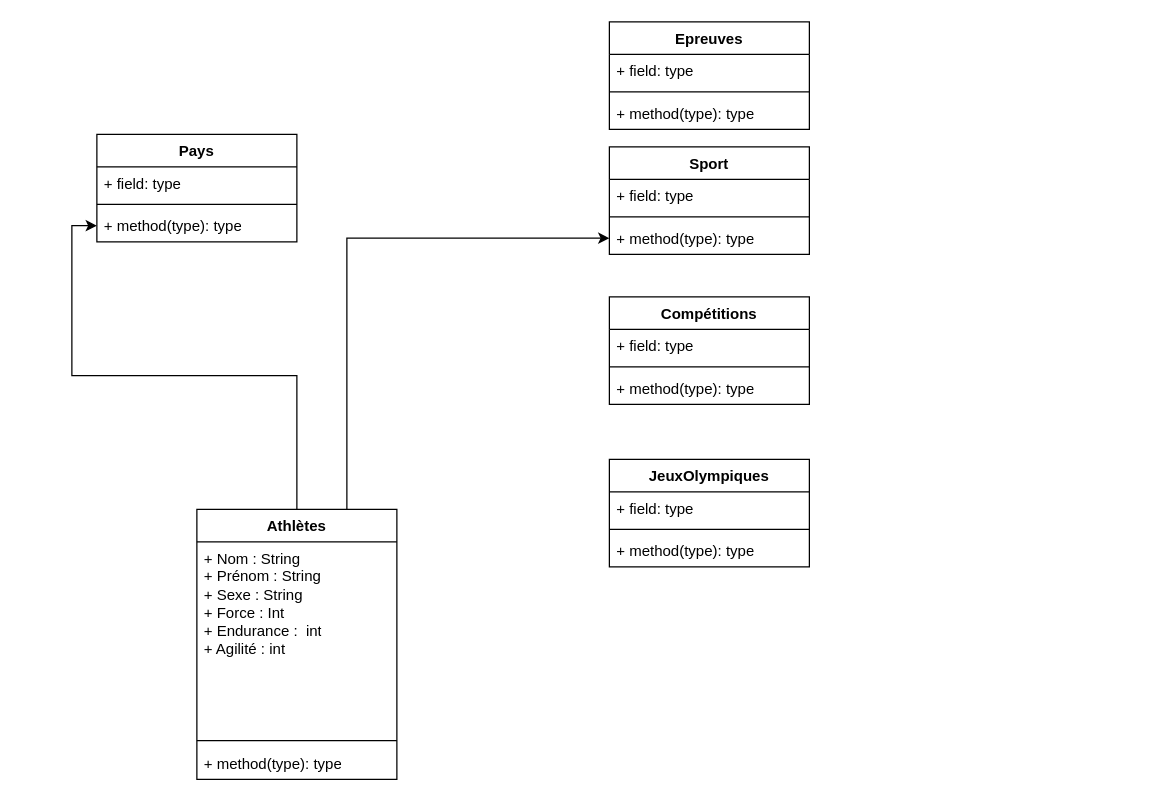
alexisnisol/JeuxOlympiques keeps this draw.io diagram as Diagramme sans nom.drawio. Above is the earlier version. Source tidied: cells renumbered, new cells numbered last; positions are measured from the earlier drawing's top-left corner, leaving out a move shared by most shapes. Both pictures are drawn from the tidied source at 125%, with x=0, y=0 at pixel (96, 21).
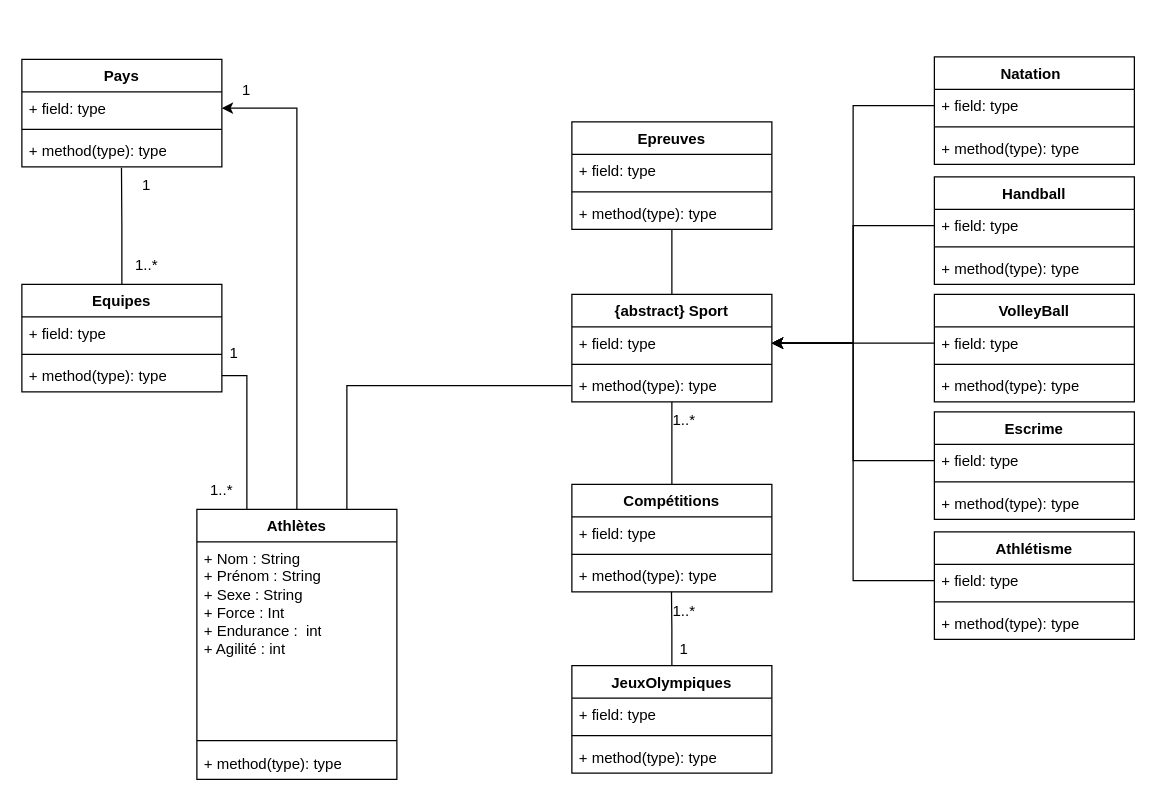
The same page after the edit.

Commit message (it also covers changes not shown here):
Mettre à jour Diagramme sans nom.drawio

Unchanged cells that the change refers to:
```xml
<mxCell id="3" value="+ field: type" style="text;strokeColor=none;fillColor=none;align=left;verticalAlign=top;spacingLeft=4;spacingRight=4;overflow=hidden;points=[[0,0.5],[1,0.5]];portConstraint=eastwest;whiteSpace=wrap;html=1;" parent="2" vertex="1">
  <mxGeometry y="26" width="160" height="26" as="geometry" />
</mxCell>
<mxCell id="5" value="+ method(type): type" style="text;strokeColor=none;fillColor=none;align=left;verticalAlign=top;spacingLeft=4;spacingRight=4;overflow=hidden;points=[[0,0.5],[1,0.5]];portConstraint=eastwest;whiteSpace=wrap;html=1;" parent="2" vertex="1">
  <mxGeometry y="60" width="160" height="26" as="geometry" />
</mxCell>
<mxCell id="7" value="+ field: type" style="text;strokeColor=none;fillColor=none;align=left;verticalAlign=top;spacingLeft=4;spacingRight=4;overflow=hidden;points=[[0,0.5],[1,0.5]];portConstraint=eastwest;whiteSpace=wrap;html=1;" parent="6" vertex="1">
  <mxGeometry y="26" width="160" height="26" as="geometry" />
</mxCell>
<mxCell id="9" value="+ method(type): type" style="text;strokeColor=none;fillColor=none;align=left;verticalAlign=top;spacingLeft=4;spacingRight=4;overflow=hidden;points=[[0,0.5],[1,0.5]];portConstraint=eastwest;whiteSpace=wrap;html=1;" parent="6" vertex="1">
  <mxGeometry y="60" width="160" height="26" as="geometry" />
</mxCell>
<mxCell id="12" value="Athlètes" style="swimlane;fontStyle=1;align=center;verticalAlign=top;horizontal=1;startSize=26;whiteSpace=wrap;html=1;" parent="1" vertex="1">
  <mxGeometry x="80" y="390" width="160" height="216" as="geometry" />
</mxCell>
<mxCell id="23" value="+ method(type): type" style="text;strokeColor=none;fillColor=none;align=left;verticalAlign=top;spacingLeft=4;spacingRight=4;overflow=hidden;points=[[0,0.5],[1,0.5]];portConstraint=eastwest;whiteSpace=wrap;html=1;" parent="20" vertex="1">
  <mxGeometry y="60" width="160" height="26" as="geometry" />
</mxCell>
<mxCell id="27" value="+ method(type): type" style="text;strokeColor=none;fillColor=none;align=left;verticalAlign=top;spacingLeft=4;spacingRight=4;overflow=hidden;points=[[0,0.5],[1,0.5]];portConstraint=eastwest;whiteSpace=wrap;html=1;" parent="24" vertex="1">
  <mxGeometry y="60" width="160" height="26" as="geometry" />
</mxCell>
```

The edit, as a diff of the source:
```diff
@@
+    <mxCell id="28" style="edgeStyle=orthogonalEdgeStyle;rounded=0;jettySize=auto;html=1;entryX=0.5;entryY=0;entryDx=0;entryDy=0;endArrow=none;endFill=0;" parent="1" edge="1" source="2" target="20">
+      <mxGeometry relative="1" as="geometry" />
+    </mxCell>
+    <mxCell id="29" style="edgeStyle=orthogonalEdgeStyle;rounded=0;jettySize=auto;html=1;endArrow=none;endFill=0;" parent="1" edge="1" source="2" target="27">
+      <mxGeometry relative="1" as="geometry">
+        <Array as="points">
+          <mxPoint x="460" y="190" />
+          <mxPoint x="460" y="190" />
+        </Array>
+      </mxGeometry>
+    </mxCell>
-    <mxCell id="2" value="Sport" style="swimlane;fontStyle=1;align=center;verticalAlign=top;horizontal=1;startSize=26;whiteSpace=wrap;html=1;" parent="1" vertex="1">
-      <mxGeometry x="410" y="100" width="160" height="86" as="geometry" />
+    <mxCell id="2" value="{abstract} Sport" style="swimlane;fontStyle=1;align=center;verticalAlign=top;horizontal=1;startSize=26;whiteSpace=wrap;html=1;" parent="1" vertex="1">
+      <mxGeometry x="380" y="218" width="160" height="86" as="geometry" />
     </mxCell>
@@
     <mxCell id="6" value="Pays" style="swimlane;fontStyle=1;align=center;verticalAlign=top;horizontal=1;startSize=26;whiteSpace=wrap;html=1;" parent="1" vertex="1">
-      <mxGeometry y="90" width="160" height="86" as="geometry" />
+      <mxGeometry x="-60" y="30" width="160" height="86" as="geometry" />
     </mxCell>
@@
-    <mxCell id="10" style="edgeStyle=orthogonalEdgeStyle;rounded=0;jettySize=auto;html=1;exitX=0.5;exitY=0;exitDx=0;exitDy=0;entryX=0;entryY=0.5;entryDx=0;entryDy=0;" parent="1" edge="1" source="12" target="9">
+    <mxCell id="10" style="edgeStyle=orthogonalEdgeStyle;rounded=0;jettySize=auto;html=1;exitX=0.5;exitY=0;exitDx=0;exitDy=0;entryX=0.498;entryY=1.027;entryDx=0;entryDy=0;entryPerimeter=0;endArrow=none;endFill=0;" parent="1" edge="1" source="32" target="9">
       <mxGeometry relative="1" as="geometry" />
     </mxCell>
-    <mxCell id="11" style="edgeStyle=orthogonalEdgeStyle;rounded=0;jettySize=auto;html=1;exitX=0.75;exitY=0;exitDx=0;exitDy=0;" parent="1" edge="1" source="12" target="5">
+    <mxCell id="11" style="edgeStyle=orthogonalEdgeStyle;rounded=0;jettySize=auto;html=1;exitX=0.75;exitY=0;exitDx=0;exitDy=0;endArrow=none;endFill=0;" parent="1" edge="1" source="12" target="5">
       <mxGeometry relative="1" as="geometry" />
     </mxCell>
+    <mxCell id="30" style="edgeStyle=orthogonalEdgeStyle;rounded=0;jettySize=auto;html=1;exitX=0.25;exitY=0;exitDx=0;exitDy=0;endArrow=none;endFill=0;" parent="1" edge="1" source="12" target="35">
+      <mxGeometry relative="1" as="geometry" />
+    </mxCell>
+    <mxCell id="31" style="edgeStyle=orthogonalEdgeStyle;rounded=0;jettySize=auto;html=1;entryX=1;entryY=0.5;entryDx=0;entryDy=0;" parent="1" edge="1" source="12" target="7">
+      <mxGeometry relative="1" as="geometry" />
+    </mxCell>
@@
     <mxCell id="16" value="JeuxOlympiques" style="swimlane;fontStyle=1;align=center;verticalAlign=top;horizontal=1;startSize=26;whiteSpace=wrap;html=1;" parent="1" vertex="1">
-      <mxGeometry x="410" y="350" width="160" height="86" as="geometry" />
+      <mxGeometry x="380" y="515" width="160" height="86" as="geometry" />
     </mxCell>
@@
     <mxCell id="20" value="Compétitions" style="swimlane;fontStyle=1;align=center;verticalAlign=top;horizontal=1;startSize=26;whiteSpace=wrap;html=1;" parent="1" vertex="1">
-      <mxGeometry x="410" y="220" width="160" height="86" as="geometry" />
+      <mxGeometry x="380" y="370" width="160" height="86" as="geometry" />
     </mxCell>
@@
     <mxCell id="24" value="Epreuves" style="swimlane;fontStyle=1;align=center;verticalAlign=top;horizontal=1;startSize=26;whiteSpace=wrap;html=1;" parent="1" vertex="1">
-      <mxGeometry x="410" width="160" height="86" as="geometry" />
+      <mxGeometry x="380" y="80" width="160" height="86" as="geometry" />
     </mxCell>
@@
+    <mxCell id="32" value="Equipes" style="swimlane;fontStyle=1;align=center;verticalAlign=top;horizontal=1;startSize=26;whiteSpace=wrap;html=1;" parent="1" vertex="1">
+      <mxGeometry x="-60" y="210" width="160" height="86" as="geometry" />
+    </mxCell>
+    <mxCell id="33" value="+ field: type" style="text;strokeColor=none;fillColor=none;align=left;verticalAlign=top;spacingLeft=4;spacingRight=4;overflow=hidden;whiteSpace=wrap;html=1;" parent="32" vertex="1">
+      <mxGeometry y="26" width="160" height="26" as="geometry" />
+    </mxCell>
+    <mxCell id="34" style="line;strokeWidth=1;fillColor=none;align=left;verticalAlign=middle;spacingTop=-1;spacingLeft=3;spacingRight=3;labelPosition=right;strokeColor=inherit;" parent="32" vertex="1">
+      <mxGeometry y="52" width="160" height="8" as="geometry" />
+    </mxCell>
+    <mxCell id="35" value="+ method(type): type" style="text;strokeColor=none;fillColor=none;align=left;verticalAlign=top;spacingLeft=4;spacingRight=4;overflow=hidden;points=[[0,0.5],[1,0.5]];portConstraint=eastwest;whiteSpace=wrap;html=1;" parent="32" vertex="1">
+      <mxGeometry y="60" width="160" height="26" as="geometry" />
+    </mxCell>
+    <mxCell id="36" style="edgeStyle=orthogonalEdgeStyle;rounded=0;jettySize=auto;html=1;exitX=0.5;exitY=0;exitDx=0;exitDy=0;entryX=0.498;entryY=0.993;entryDx=0;entryDy=0;entryPerimeter=0;endArrow=none;endFill=0;" parent="1" edge="1" source="16" target="23">
+      <mxGeometry relative="1" as="geometry" />
+    </mxCell>
+    <mxCell id="37" value="1..*" style="text;html=1;align=center;verticalAlign=middle;whiteSpace=wrap;rounded=0;" parent="1" vertex="1">
+      <mxGeometry x="10" y="180" width="60" height="30" as="geometry" />
+    </mxCell>
+    <mxCell id="38" value="1" style="text;html=1;align=center;verticalAlign=middle;whiteSpace=wrap;rounded=0;" parent="1" vertex="1">
+      <mxGeometry x="10" y="116" width="60" height="30" as="geometry" />
+    </mxCell>
+    <mxCell id="39" value="1..*" style="text;html=1;align=center;verticalAlign=middle;whiteSpace=wrap;rounded=0;" parent="1" vertex="1">
+      <mxGeometry x="70" y="360" width="60" height="30" as="geometry" />
+    </mxCell>
+    <mxCell id="40" value="1" style="text;html=1;align=center;verticalAlign=middle;whiteSpace=wrap;rounded=0;" parent="1" vertex="1">
+      <mxGeometry x="80" y="250" width="60" height="30" as="geometry" />
+    </mxCell>
+    <mxCell id="41" value="1" style="text;html=1;align=center;verticalAlign=middle;whiteSpace=wrap;rounded=0;" parent="1" vertex="1">
+      <mxGeometry x="90" y="40" width="60" height="30" as="geometry" />
+    </mxCell>
+    <mxCell id="42" value="Handball" style="swimlane;fontStyle=1;align=center;verticalAlign=top;horizontal=1;startSize=26;whiteSpace=wrap;html=1;" parent="1" vertex="1">
+      <mxGeometry x="670" y="124" width="160" height="86" as="geometry" />
+    </mxCell>
+    <mxCell id="43" value="+ field: type" style="text;strokeColor=none;fillColor=none;align=left;verticalAlign=top;spacingLeft=4;spacingRight=4;overflow=hidden;points=[[0,0.5],[1,0.5]];portConstraint=eastwest;whiteSpace=wrap;html=1;" parent="42" vertex="1">
+      <mxGeometry y="26" width="160" height="26" as="geometry" />
+    </mxCell>
+    <mxCell id="44" style="line;strokeWidth=1;fillColor=none;align=left;verticalAlign=middle;spacingTop=-1;spacingLeft=3;spacingRight=3;labelPosition=right;strokeColor=inherit;" parent="42" vertex="1">
+      <mxGeometry y="52" width="160" height="8" as="geometry" />
+    </mxCell>
+    <mxCell id="45" value="+ method(type): type" style="text;strokeColor=none;fillColor=none;align=left;verticalAlign=top;spacingLeft=4;spacingRight=4;overflow=hidden;whiteSpace=wrap;html=1;" parent="42" vertex="1">
+      <mxGeometry y="60" width="160" height="26" as="geometry" />
+    </mxCell>
+    <mxCell id="46" value="&lt;div&gt;VolleyBall&lt;/div&gt;" style="swimlane;fontStyle=1;align=center;verticalAlign=top;horizontal=1;startSize=26;whiteSpace=wrap;html=1;" parent="1" vertex="1">
+      <mxGeometry x="670" y="218" width="160" height="86" as="geometry" />
+    </mxCell>
+    <mxCell id="47" value="+ field: type" style="text;strokeColor=none;fillColor=none;align=left;verticalAlign=top;spacingLeft=4;spacingRight=4;overflow=hidden;points=[[0,0.5],[1,0.5]];portConstraint=eastwest;whiteSpace=wrap;html=1;" parent="46" vertex="1">
+      <mxGeometry y="26" width="160" height="26" as="geometry" />
+    </mxCell>
+    <mxCell id="48" style="line;strokeWidth=1;fillColor=none;align=left;verticalAlign=middle;spacingTop=-1;spacingLeft=3;spacingRight=3;labelPosition=right;strokeColor=inherit;" parent="46" vertex="1">
+      <mxGeometry y="52" width="160" height="8" as="geometry" />
+    </mxCell>
+    <mxCell id="49" value="+ method(type): type" style="text;strokeColor=none;fillColor=none;align=left;verticalAlign=top;spacingLeft=4;spacingRight=4;overflow=hidden;whiteSpace=wrap;html=1;" parent="46" vertex="1">
+      <mxGeometry y="60" width="160" height="26" as="geometry" />
+    </mxCell>
+    <mxCell id="50" value="Escrime" style="swimlane;fontStyle=1;align=center;verticalAlign=top;horizontal=1;startSize=26;whiteSpace=wrap;html=1;" parent="1" vertex="1">
+      <mxGeometry x="670" y="312" width="160" height="86" as="geometry" />
+    </mxCell>
+    <mxCell id="51" value="+ field: type" style="text;strokeColor=none;fillColor=none;align=left;verticalAlign=top;spacingLeft=4;spacingRight=4;overflow=hidden;points=[[0,0.5],[1,0.5]];portConstraint=eastwest;whiteSpace=wrap;html=1;" parent="50" vertex="1">
+      <mxGeometry y="26" width="160" height="26" as="geometry" />
+    </mxCell>
+    <mxCell id="52" style="line;strokeWidth=1;fillColor=none;align=left;verticalAlign=middle;spacingTop=-1;spacingLeft=3;spacingRight=3;labelPosition=right;strokeColor=inherit;" parent="50" vertex="1">
+      <mxGeometry y="52" width="160" height="8" as="geometry" />
+    </mxCell>
+    <mxCell id="53" value="+ method(type): type" style="text;strokeColor=none;fillColor=none;align=left;verticalAlign=top;spacingLeft=4;spacingRight=4;overflow=hidden;whiteSpace=wrap;html=1;" parent="50" vertex="1">
+      <mxGeometry y="60" width="160" height="26" as="geometry" />
+    </mxCell>
+    <mxCell id="54" value="Natation&lt;span style=&quot;white-space: pre;&quot;&gt;&#9;&lt;/span&gt;" style="swimlane;fontStyle=1;align=center;verticalAlign=top;horizontal=1;startSize=26;whiteSpace=wrap;html=1;" parent="1" vertex="1">
+      <mxGeometry x="670" y="28" width="160" height="86" as="geometry" />
+    </mxCell>
+    <mxCell id="55" value="+ field: type" style="text;strokeColor=none;fillColor=none;align=left;verticalAlign=top;spacingLeft=4;spacingRight=4;overflow=hidden;points=[[0,0.5],[1,0.5]];portConstraint=eastwest;whiteSpace=wrap;html=1;" parent="54" vertex="1">
+      <mxGeometry y="26" width="160" height="26" as="geometry" />
+    </mxCell>
+    <mxCell id="56" style="line;strokeWidth=1;fillColor=none;align=left;verticalAlign=middle;spacingTop=-1;spacingLeft=3;spacingRight=3;labelPosition=right;strokeColor=inherit;" parent="54" vertex="1">
+      <mxGeometry y="52" width="160" height="8" as="geometry" />
+    </mxCell>
+    <mxCell id="57" value="+ method(type): type" style="text;strokeColor=none;fillColor=none;align=left;verticalAlign=top;spacingLeft=4;spacingRight=4;overflow=hidden;whiteSpace=wrap;html=1;" parent="54" vertex="1">
+      <mxGeometry y="60" width="160" height="26" as="geometry" />
+    </mxCell>
+    <mxCell id="58" value="Athlétisme" style="swimlane;fontStyle=1;align=center;verticalAlign=top;horizontal=1;startSize=26;whiteSpace=wrap;html=1;" parent="1" vertex="1">
+      <mxGeometry x="670" y="408" width="160" height="86" as="geometry" />
+    </mxCell>
+    <mxCell id="59" value="+ field: type" style="text;strokeColor=none;fillColor=none;align=left;verticalAlign=top;spacingLeft=4;spacingRight=4;overflow=hidden;points=[[0,0.5],[1,0.5]];portConstraint=eastwest;whiteSpace=wrap;html=1;" parent="58" vertex="1">
+      <mxGeometry y="26" width="160" height="26" as="geometry" />
+    </mxCell>
+    <mxCell id="60" style="line;strokeWidth=1;fillColor=none;align=left;verticalAlign=middle;spacingTop=-1;spacingLeft=3;spacingRight=3;labelPosition=right;strokeColor=inherit;" parent="58" vertex="1">
+      <mxGeometry y="52" width="160" height="8" as="geometry" />
+    </mxCell>
+    <mxCell id="61" value="+ method(type): type" style="text;strokeColor=none;fillColor=none;align=left;verticalAlign=top;spacingLeft=4;spacingRight=4;overflow=hidden;whiteSpace=wrap;html=1;" parent="58" vertex="1">
+      <mxGeometry y="60" width="160" height="26" as="geometry" />
+    </mxCell>
+    <mxCell id="62" style="edgeStyle=orthogonalEdgeStyle;rounded=0;jettySize=auto;html=1;exitX=0;exitY=0.5;exitDx=0;exitDy=0;entryX=1;entryY=0.5;entryDx=0;entryDy=0;" parent="1" edge="1" source="55" target="3">
+      <mxGeometry relative="1" as="geometry" />
+    </mxCell>
+    <mxCell id="63" style="edgeStyle=orthogonalEdgeStyle;rounded=0;jettySize=auto;html=1;exitX=0;exitY=0.5;exitDx=0;exitDy=0;entryX=1;entryY=0.5;entryDx=0;entryDy=0;" parent="1" edge="1" source="43" target="3">
+      <mxGeometry relative="1" as="geometry" />
+    </mxCell>
+    <mxCell id="64" style="edgeStyle=orthogonalEdgeStyle;rounded=0;jettySize=auto;html=1;exitX=0;exitY=0.5;exitDx=0;exitDy=0;entryX=1;entryY=0.5;entryDx=0;entryDy=0;" parent="1" edge="1" source="47" target="3">
+      <mxGeometry relative="1" as="geometry" />
+    </mxCell>
+    <mxCell id="65" style="edgeStyle=orthogonalEdgeStyle;rounded=0;jettySize=auto;html=1;exitX=0;exitY=0.5;exitDx=0;exitDy=0;entryX=1;entryY=0.5;entryDx=0;entryDy=0;" parent="1" edge="1" source="51" target="3">
+      <mxGeometry relative="1" as="geometry" />
+    </mxCell>
+    <mxCell id="66" style="edgeStyle=orthogonalEdgeStyle;rounded=0;jettySize=auto;html=1;exitX=0;exitY=0.5;exitDx=0;exitDy=0;entryX=1;entryY=0.5;entryDx=0;entryDy=0;" parent="1" edge="1" source="59" target="3">
+      <mxGeometry relative="1" as="geometry" />
+    </mxCell>
+    <mxCell id="67" value="1..*" style="text;html=1;align=center;verticalAlign=middle;whiteSpace=wrap;rounded=0;" parent="1" vertex="1">
+      <mxGeometry x="440" y="457" width="60" height="30" as="geometry" />
+    </mxCell>
+    <mxCell id="68" value="1" style="text;html=1;align=center;verticalAlign=middle;whiteSpace=wrap;rounded=0;" parent="1" vertex="1">
+      <mxGeometry x="440" y="487" width="60" height="30" as="geometry" />
+    </mxCell>
+    <mxCell id="69" value="1..*" style="text;html=1;align=center;verticalAlign=middle;whiteSpace=wrap;rounded=0;" parent="1" vertex="1">
+      <mxGeometry x="440" y="304" width="60" height="30" as="geometry" />
+    </mxCell>
```
